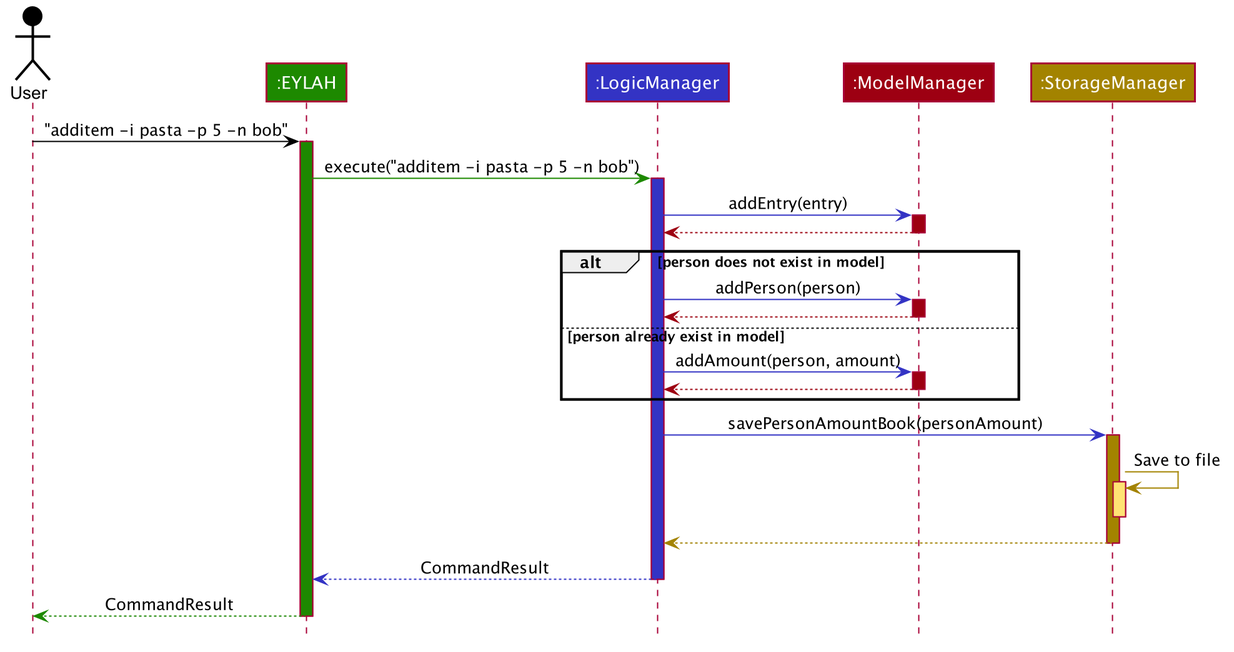
This is docs/images/ExpenseSplitterAddItemCommandSequenceDiagram.png from nus-cs2103-AY1920S2/addressbook-level3, a PlantUML export, as it was before one commit. The source it was exported from:
```plantuml
@startuml








skinparam BackgroundColor #FFFFFFF

skinparam Shadowing false

skinparam Class {
    FontColor #FFFFFF
    BorderThickness 1
    BorderColor #FFFFFF
    StereotypeFontColor #FFFFFF
    FontName Arial
}

skinparam Actor {
    BorderColor #000000
    Color #000000
    FontName Arial
}

skinparam Sequence {
    MessageAlign center
    BoxFontSize 15
    BoxPadding 0
    BoxFontColor #FFFFFF
    FontName Arial
}

skinparam Participant {
    FontColor #FFFFFFF
    Padding 20
}

skinparam MinClassWidth 50
skinparam ParticipantPadding 10
skinparam Shadowing false
skinparam DefaultTextAlignment center
skinparam packageStyle Rectangle

hide footbox
hide members
hide circle

Actor User as user #000000
Participant ":EYLAH" as ui #1D8900
Participant ":LogicManager" as logic #3333C4
Participant ":ModelManager" as model #9D0012
Participant ":StorageManager" as storage #A38300

user -[#000000]> ui : "additem -i pasta -p 5 -n bob"
activate ui #1D8900

ui -[#1D8900]> logic : execute("additem -i pasta -p 5 -n bob")
activate logic #3333C4

logic -[#3333C4]> model : addEntry(entry)
activate model #9D0012

model -[#9D0012]-> logic
deactivate model

alt person does not exist in model

    logic -[#3333C4]> model : addPerson(person)
    activate model #9D0012

    model -[#9D0012]-> logic
    deactivate model

else person already exist in model

        logic -[#3333C4]> model : addAmount(person, amount)
        activate model #9D0012

        model -[#9D0012]-> logic
        deactivate model

end

logic -[#3333C4]> storage : savePersonAmountBook(personAmount)
activate storage #A38300

storage -[#A38300]> storage : Save to file
activate storage #FFE374
deactivate storage

storage --[#A38300]> logic
deactivate storage

logic --[#3333C4]> ui : CommandResult
deactivate logic

ui--[#1D8900]> user : CommandResult
deactivate ui
@enduml
```
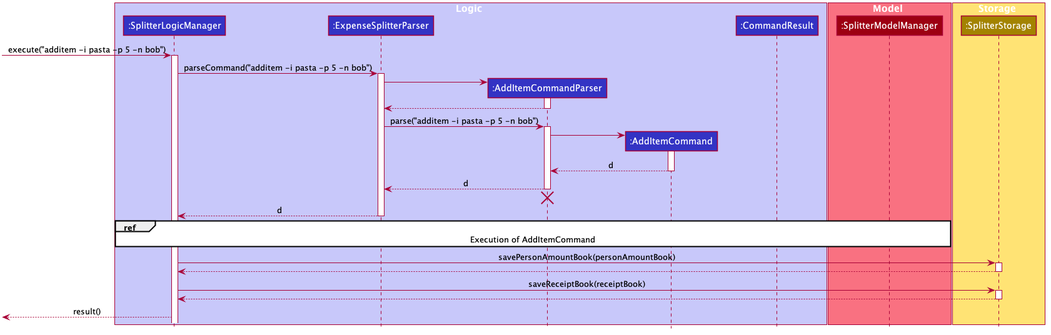
Later version of the same file.

Commit message:
Updated AddItemCommand portion of DG

Change to the diagram source:
```diff
@@ -48,55 +48,67 @@
 hide members
 hide circle
 
-Actor User as user #000000
-Participant ":EYLAH" as ui #1D8900
-Participant ":LogicManager" as logic #3333C4
-Participant ":ModelManager" as model #9D0012
-Participant ":StorageManager" as storage #A38300
+box Logic #C8C8FA
+participant ":SplitterLogicManager" as SplitterLogicManager #3333C4
+participant ":ExpenseSplitterParser" as ExpenseSplitterParser #3333C4
+participant ":AddItemCommandParser" as AddItemCommandParser #3333C4
+participant ":AddItemCommand" as AddItemCommand #3333C4
+participant ":CommandResult" as CommandResult #3333C4
+end box
 
-user -[#000000]> ui : "additem -i pasta -p 5 -n bob"
-activate ui #1D8900
+box Model #F97181
+participant ":SplitterModelManager" as SplitterModelManager #9D0012
+end box
 
-ui -[#1D8900]> logic : execute("additem -i pasta -p 5 -n bob")
-activate logic #3333C4
+box Storage #FFE374
+participant ":SplitterStorage" as SplitterStorageManager #A38300
+end box
 
-logic -[#3333C4]> model : addEntry(entry)
-activate model #9D0012
+[-> SplitterLogicManager : execute("additem -i pasta -p 5 -n bob")
+activate SplitterLogicManager
 
-model -[#9D0012]-> logic
-deactivate model
+SplitterLogicManager -> ExpenseSplitterParser : parseCommand("additem -i pasta -p 5 -n bob")
+activate ExpenseSplitterParser
 
-alt person does not exist in model
+create AddItemCommandParser
+ExpenseSplitterParser -> AddItemCommandParser
+activate AddItemCommandParser
 
-    logic -[#3333C4]> model : addPerson(person)
-    activate model #9D0012
+AddItemCommandParser --> ExpenseSplitterParser
+deactivate AddItemCommandParser
 
-    model -[#9D0012]-> logic
-    deactivate model
+ExpenseSplitterParser -> AddItemCommandParser : parse("additem -i pasta -p 5 -n bob")
+activate AddItemCommandParser
 
-else person already exist in model
+create AddItemCommand
+AddItemCommandParser -> AddItemCommand
+activate AddItemCommand
 
-        logic -[#3333C4]> model : addAmount(person, amount)
-        activate model #9D0012
+AddItemCommand --> AddItemCommandParser :d
+deactivate AddItemCommand
 
-        model -[#9D0012]-> logic
-        deactivate model
+AddItemCommandParser --> ExpenseSplitterParser :d
+deactivate AddItemCommandParser
+AddItemCommandParser -[hidden]-> ExpenseSplitterParser
+destroy AddItemCommandParser
 
-end
+ExpenseSplitterParser --> SplitterLogicManager :d
+deactivate ExpenseSplitterParser
 
-logic -[#3333C4]> storage : savePersonAmountBook(personAmount)
-activate storage #A38300
+ref over SplitterLogicManager, SplitterModelManager: Execution of AddItemCommand
 
-storage -[#A38300]> storage : Save to file
-activate storage #FFE374
-deactivate storage
+SplitterLogicManager -> SplitterStorageManager : savePersonAmountBook(personAmountBook)
+activate SplitterStorageManager
 
-storage --[#A38300]> logic
-deactivate storage
+SplitterStorageManager --> SplitterLogicManager
+deactivate SplitterStorageManager
 
-logic --[#3333C4]> ui : CommandResult
-deactivate logic
+SplitterLogicManager -> SplitterStorageManager : saveReceiptBook(receiptBook)
+activate SplitterStorageManager
 
-ui--[#1D8900]> user : CommandResult
-deactivate ui
+SplitterStorageManager --> SplitterLogicManager
+deactivate SplitterStorageManager
+
+[<--SplitterLogicManager : result()
+deactivate SplitterStorageManager
 @enduml
```
